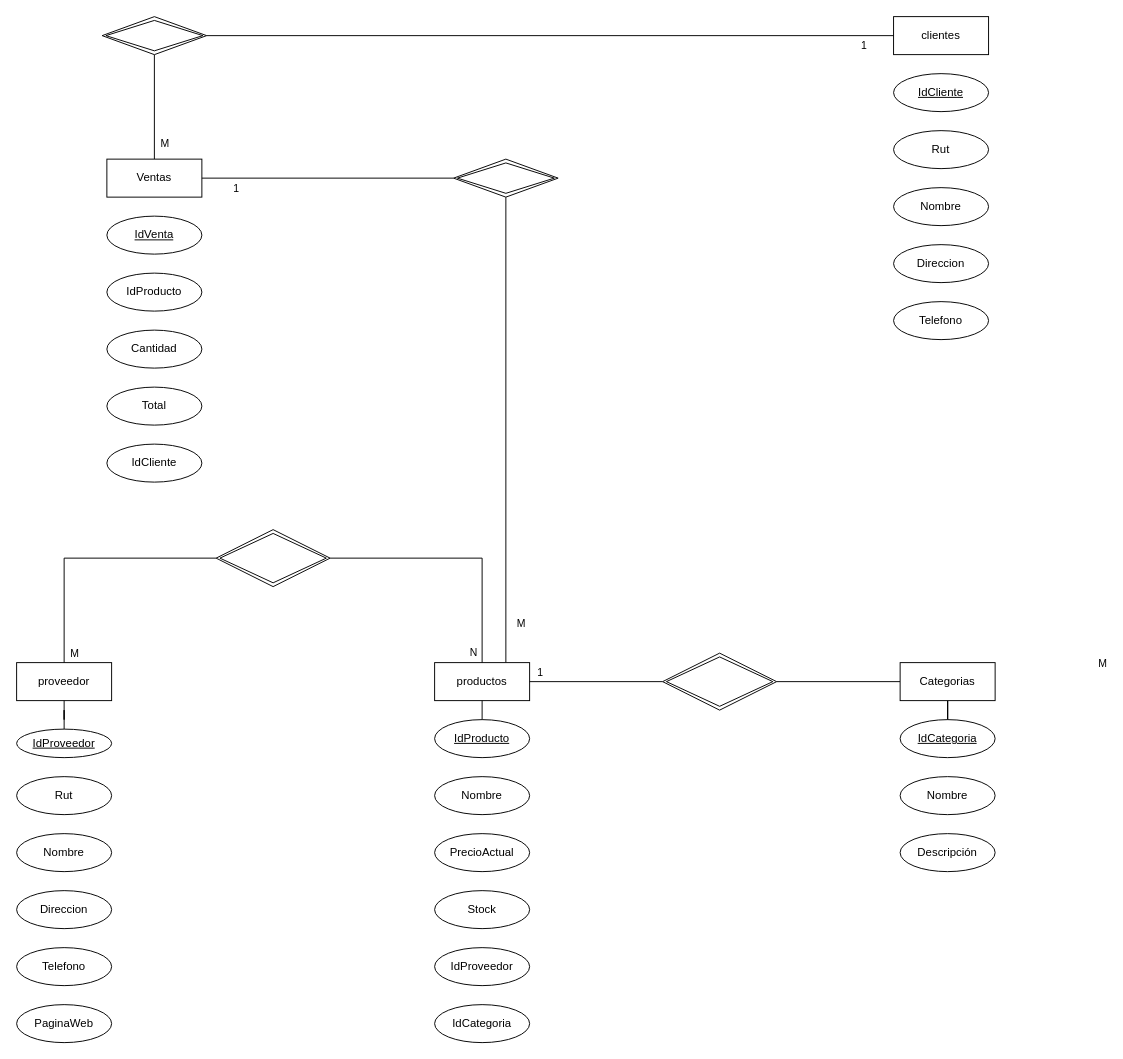
Earlier version of the draw.io diagram page "Diagrama ER" (1 of 2) of Marco_Figueroa.drawio (CiscoFsociety23/diagramas). Source tidied: cells renumbered, new cells numbered last; positions are measured from the earlier drawing's top-left corner, leaving out a move shared by most shapes. Both pictures are drawn from the tidied source at 95%, with x=0, y=0 at pixel (16, 16).
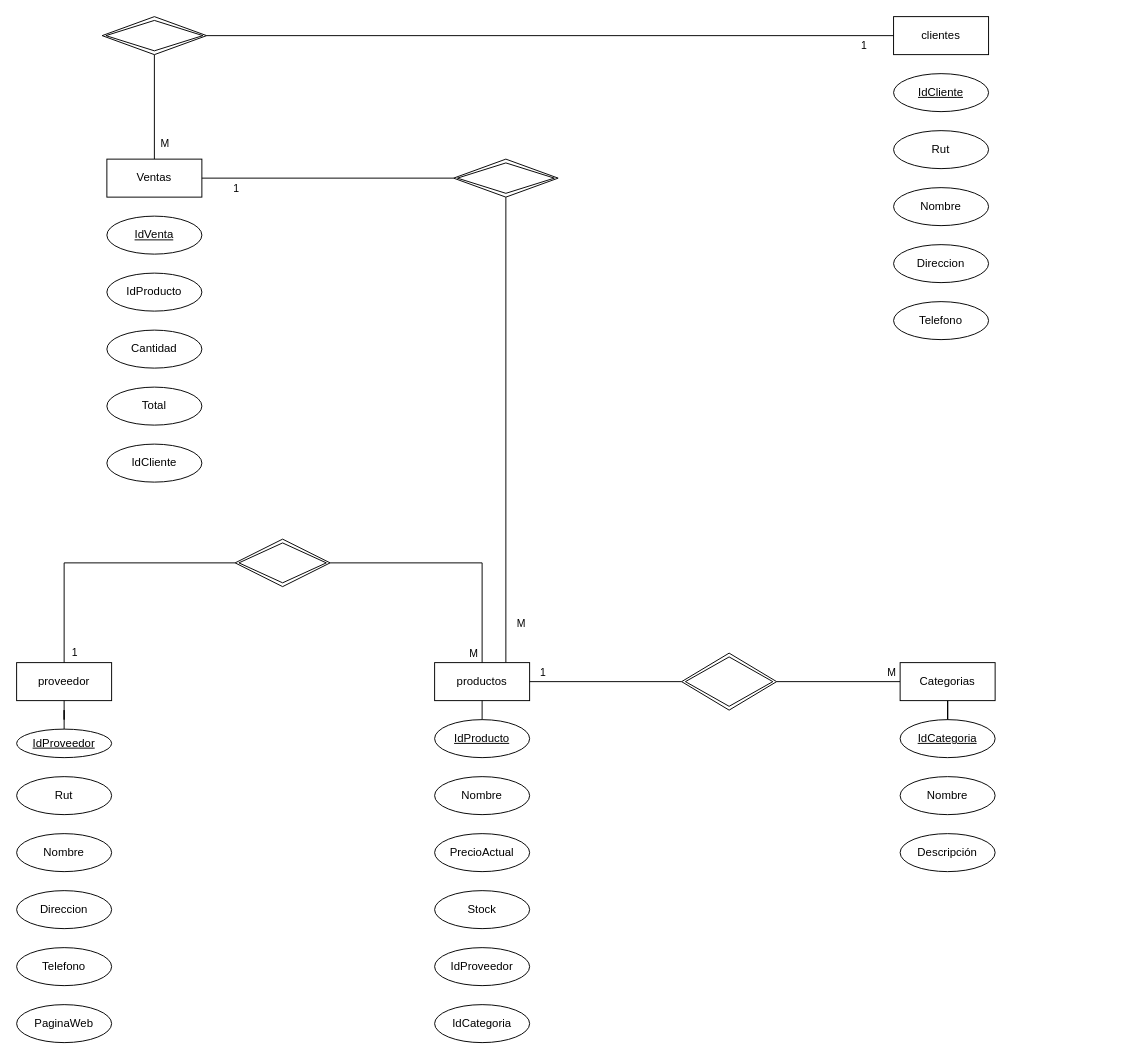
The same page after the edit.

Unchanged cells that the change refers to:
```xml
<mxCell id="7" style="edgeStyle=orthogonalEdgeStyle;rounded=0;jettySize=auto;html=1;entryX=1;entryY=0.5;entryDx=0;entryDy=0;endArrow=none;endFill=0;" parent="1" edge="1" source="10" target="47">
  <mxGeometry relative="1" as="geometry" />
</mxCell>
<mxCell id="40" style="edgeStyle=orthogonalEdgeStyle;rounded=0;jettySize=auto;html=1;exitX=1;exitY=0.5;exitDx=0;exitDy=0;entryX=0.5;entryY=0;entryDx=0;entryDy=0;endArrow=none;endFill=0;" parent="1" edge="1" source="44" target="6">
  <mxGeometry relative="1" as="geometry" />
</mxCell>
<mxCell id="42" style="edgeStyle=orthogonalEdgeStyle;rounded=0;jettySize=auto;html=1;endArrow=none;endFill=0;" parent="1" edge="1" source="44" target="2">
  <mxGeometry relative="1" as="geometry" />
</mxCell>
```

Diff of the diagram source:
```diff
@@
     <mxCell id="8" value="M" style="edgeLabel;html=1;align=center;verticalAlign=middle;" parent="7" vertex="1">
       <mxGeometry x="-0.52" y="3" relative="1" as="geometry">
-        <mxPoint x="243" y="-23" as="offset" />
+        <mxPoint x="21" y="-13" as="offset" />
       </mxGeometry>
     </mxCell>
@@
-    <mxCell id="41" value="N" style="edgeLabel;html=1;align=center;verticalAlign=middle;" parent="40" vertex="1">
+    <mxCell id="41" value="M" style="edgeLabel;html=1;align=center;verticalAlign=middle;" parent="40" vertex="1">
       <mxGeometry x="0.84" y="1" relative="1" as="geometry">
         <mxPoint x="-11" y="11" as="offset" />
       </mxGeometry>
     </mxCell>
@@
-    <mxCell id="43" value="M" style="edgeLabel;html=1;align=center;verticalAlign=middle;" parent="42" vertex="1">
+    <mxCell id="43" value="1" style="edgeLabel;html=1;align=center;verticalAlign=middle;" parent="42" vertex="1">
       <mxGeometry x="0.77" y="-2" relative="1" as="geometry">
         <mxPoint x="12" y="21" as="offset" />
       </mxGeometry>
     </mxCell>
     <mxCell id="44" style="shape=rhombus;double=1;perimeter=rhombusPerimeter;whiteSpace=wrap;html=1;align=center;" parent="1" vertex="1">
-      <mxGeometry x="210" y="540" width="120" height="60" as="geometry" />
+      <mxGeometry x="230" y="550" width="100" height="50" as="geometry" />
     </mxCell>
@@
     <mxCell id="47" style="shape=rhombus;double=1;perimeter=rhombusPerimeter;whiteSpace=wrap;html=1;align=center;" parent="1" vertex="1">
-      <mxGeometry x="680" y="670" width="120" height="60" as="geometry" />
+      <mxGeometry x="700" y="670" width="100" height="60" as="geometry" />
     </mxCell>
```
